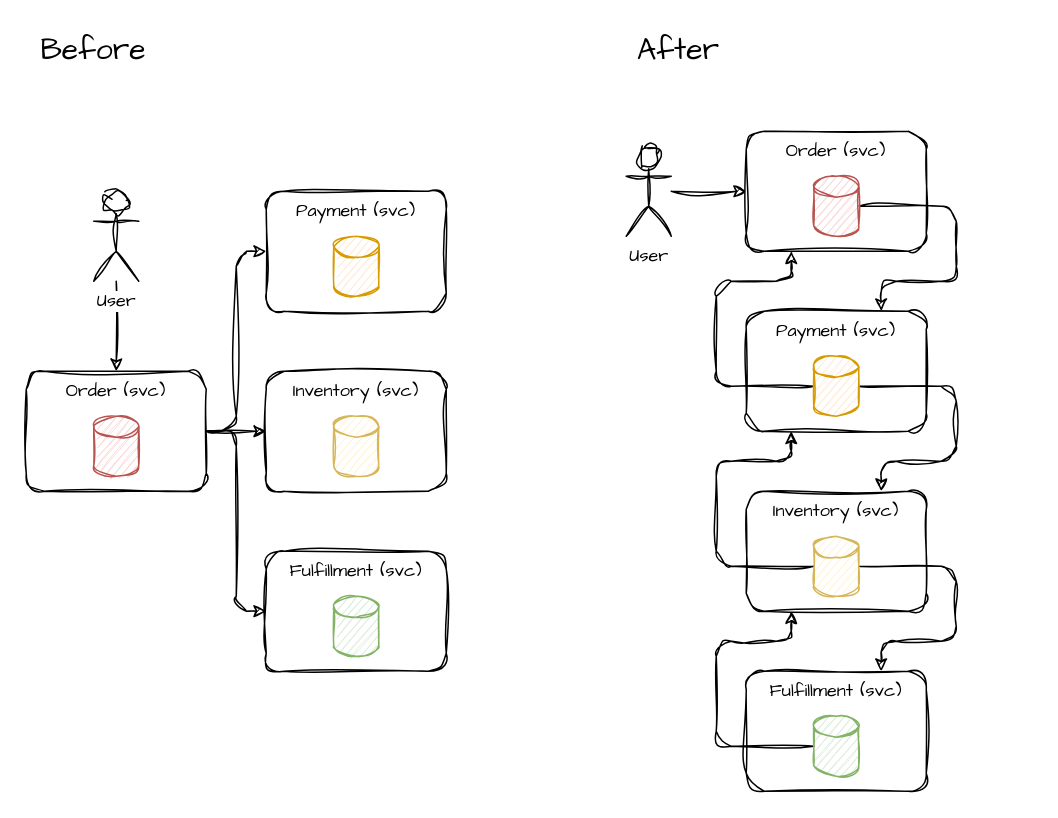
The draw.io diagram 001_fragile_data_integrations/business_transactions/diagram.drawio in codingconcepts/architecture-simplification, before the edit. Source tidied: cells renumbered, new cells numbered last; positions are measured from the earlier drawing's top-left corner, leaving out a move shared by most shapes. Both pictures are drawn from the tidied source at 150%, with x=0, y=0 at pixel (26, 26).
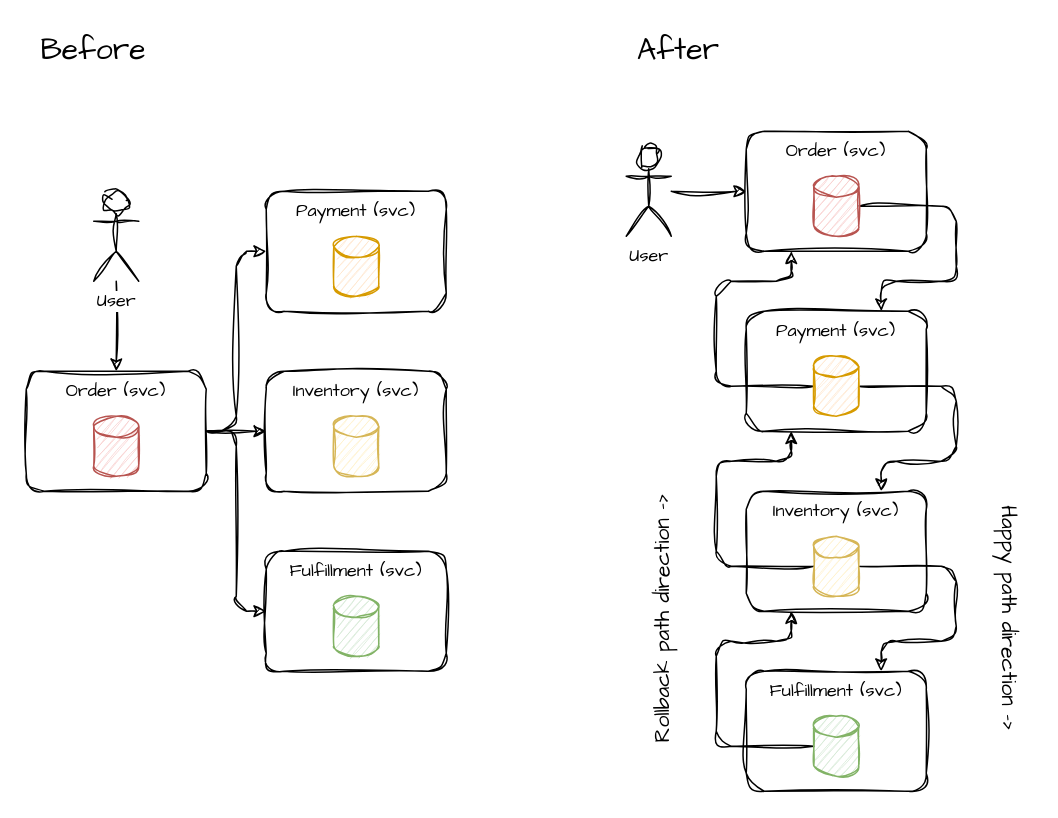
The same diagram, later.

Diff of the diagram source:
```diff
@@
+    <mxCell id="33" value="Happy path direction -&amp;gt;" style="text;html=1;strokeColor=none;fillColor=none;align=center;verticalAlign=middle;whiteSpace=wrap;rounded=0;sketch=1;hachureGap=4;jiggle=2;curveFitting=1;fontFamily=Architects Daughter;fontSize=14;rotation=90;" parent="1" vertex="1">
+      <mxGeometry x="540" y="380" width="230" height="30" as="geometry" />
+    </mxCell>
+    <mxCell id="34" value="Rollback path direction -&amp;gt;" style="text;html=1;strokeColor=none;fillColor=none;align=center;verticalAlign=middle;whiteSpace=wrap;rounded=0;sketch=1;hachureGap=4;jiggle=2;curveFitting=1;fontFamily=Architects Daughter;fontSize=14;rotation=-90;" parent="1" vertex="1">
+      <mxGeometry x="310" y="380" width="230" height="30" as="geometry" />
+    </mxCell>
```
